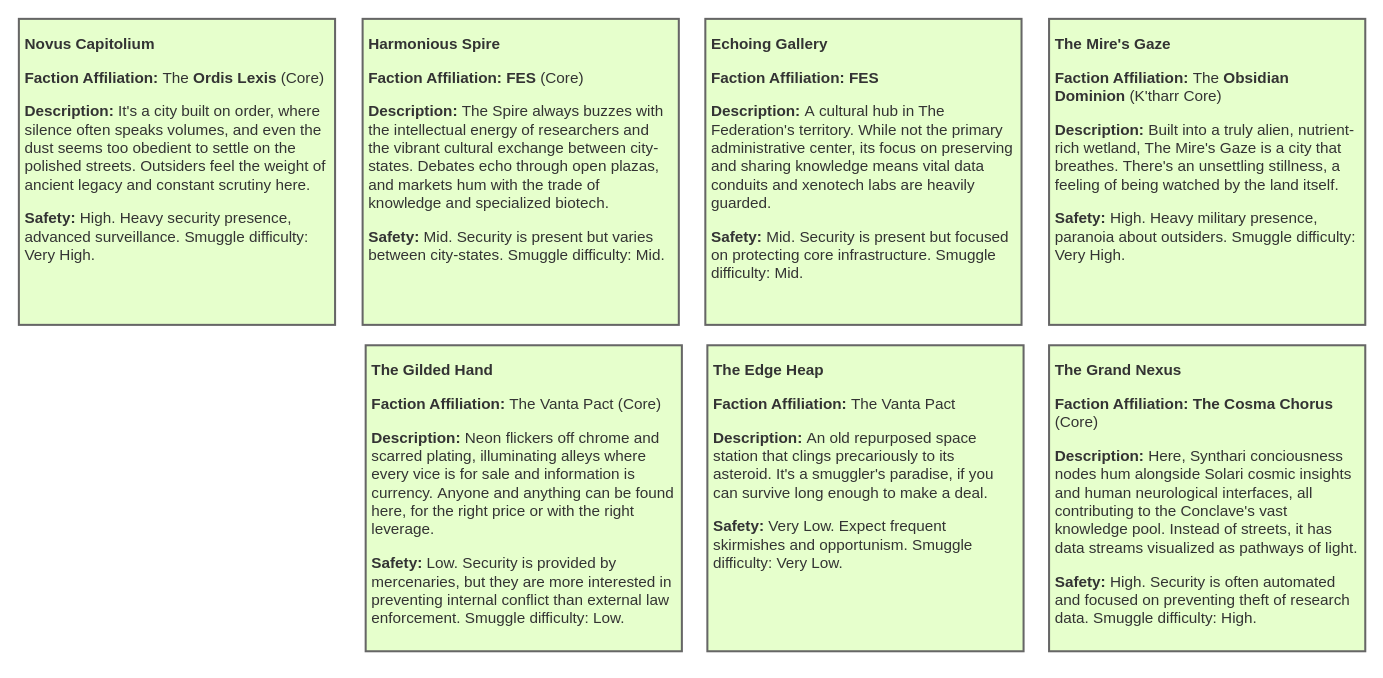
Above: page "Ports" (3 of 4) of designs/narrative texts.drawio in eerieA/game-nexarion (draw.io), before the change. Source tidied: cells renumbered, new cells numbered last; positions are measured from the earlier drawing's top-left corner, leaving out a move shared by most shapes. Both pictures are drawn from the tidied source at 102%, with x=0, y=0 at pixel (18, 18).
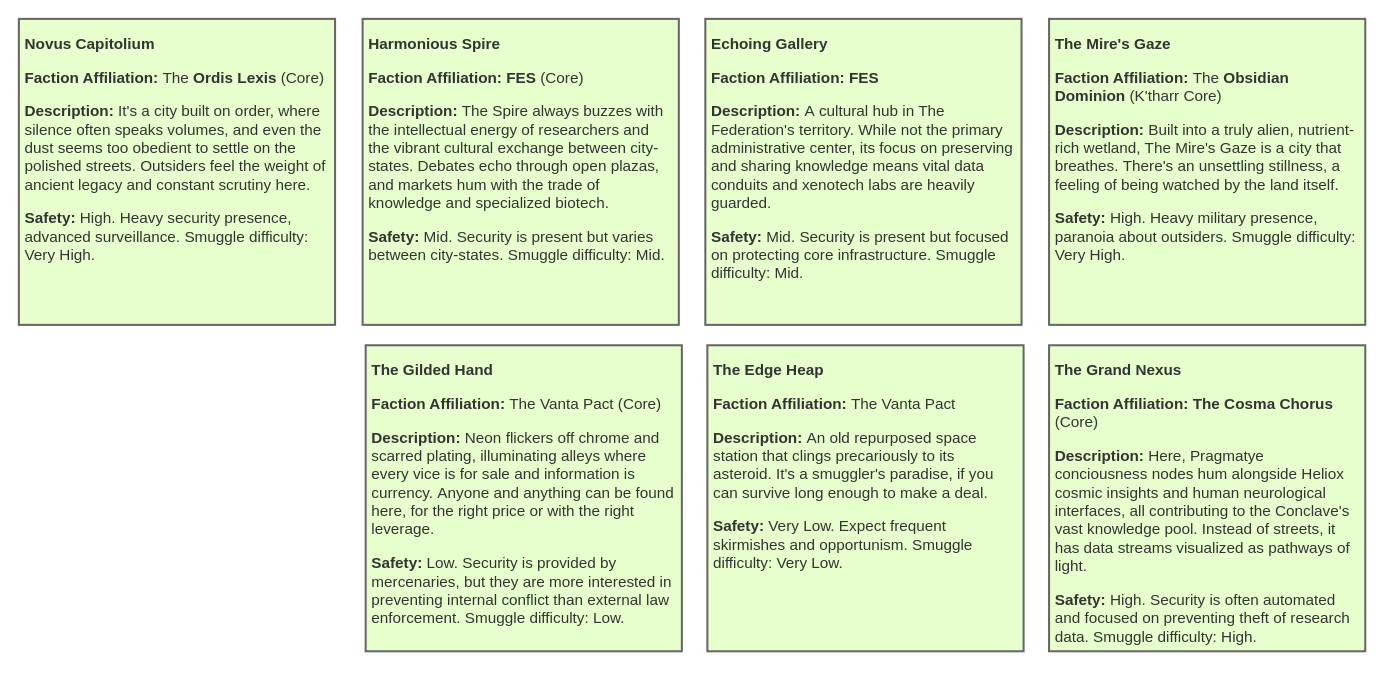
After the change.

Change to the diagram source:
```diff
@@
 <mxGraphModel>
   <root>
     <mxCell id="0" />
     <mxCell id="1" parent="0" />
     <mxCell id="2" value="&lt;p&gt;&lt;strong&gt;Novus Capitolium&lt;/strong&gt;&lt;/p&gt;&lt;p&gt;&lt;strong&gt;Faction Affiliation:&lt;/strong&gt;&amp;nbsp;The &lt;strong&gt;Ordis Lexis&lt;/strong&gt; (Core)&lt;/p&gt;&lt;p&gt;&lt;b&gt;Description:&amp;nbsp;&lt;/b&gt;&lt;span style=&quot;background-color: transparent;&quot;&gt;It's a city built on order, where silence often speaks volumes, and even the dust seems too obedient to settle on the polished streets. Outsiders feel the weight of ancient legacy and constant scrutiny here.&lt;/span&gt;&lt;/p&gt;&lt;p&gt;&lt;strong&gt;Safety:&lt;/strong&gt;&amp;nbsp;High. Heavy security presence, advanced surveillance. Smuggle difficulty: Very High.&lt;/p&gt;" style="rounded=0;whiteSpace=wrap;html=1;fillColor=#E6FFCC;strokeColor=#666666;align=left;fontSize=15;verticalAlign=top;labelBackgroundColor=none;spacing=6;spacingTop=-10;strokeWidth=2;fontColor=#333333;" parent="1" vertex="1">
       <mxGeometry width="310" height="300" as="geometry" />
     </mxCell>
     <mxCell id="3" value="&lt;p&gt;&lt;strong&gt;Harmonious Spire&lt;/strong&gt;&lt;/p&gt;&lt;p&gt;&lt;strong&gt;Faction Affiliation:&lt;/strong&gt;&amp;nbsp;&lt;strong&gt;FES &lt;/strong&gt;(Core)&lt;/p&gt;&lt;p&gt;&lt;b&gt;Description: &lt;/b&gt;The Spire always&amp;nbsp;&lt;span style=&quot;background-color: transparent;&quot;&gt;buzzes with the intellectual energy of researchers and the vibrant cultural exchange between city-states.&amp;nbsp;&lt;/span&gt;&lt;span style=&quot;background-color: transparent;&quot;&gt;Debates echo through open plazas, and markets hum with the trade of knowledge and specialized biotech.&lt;/span&gt;&lt;/p&gt;&lt;p&gt;&lt;strong&gt;Safety:&lt;/strong&gt;&amp;nbsp;Mid. Security is present but varies between city-states. Smuggle difficulty: Mid.&lt;/p&gt;" style="rounded=0;whiteSpace=wrap;html=1;fillColor=#E6FFCC;strokeColor=#666666;align=left;fontSize=15;verticalAlign=top;labelBackgroundColor=none;spacing=6;spacingTop=-10;strokeWidth=2;fontColor=#333333;" parent="1" vertex="1">
       <mxGeometry x="337" width="310" height="300" as="geometry" />
     </mxCell>
     <mxCell id="4" value="&lt;p&gt;&lt;strong&gt;Echoing Gallery&lt;/strong&gt;&lt;/p&gt;&lt;p&gt;&lt;strong&gt;Faction Affiliation:&lt;/strong&gt;&amp;nbsp;&lt;strong&gt;FES&lt;/strong&gt;&lt;/p&gt;&lt;p&gt;&lt;b&gt;Description: &lt;/b&gt;A&lt;span style=&quot;background-color: transparent;&quot;&gt;&amp;nbsp;cultural hub in The Federation's territory.&amp;nbsp;&lt;/span&gt;&lt;span style=&quot;background-color: transparent;&quot;&gt;While not the primary administrative center, its focus on preserving and sharing knowledge means vital data conduits and xenotech labs are heavily guarded.&lt;/span&gt;&lt;/p&gt;&lt;p&gt;&lt;strong&gt;Safety:&lt;/strong&gt;&amp;nbsp;Mid. Security is present but focused on protecting core infrastructure. Smuggle difficulty: Mid.&lt;/p&gt;" style="rounded=0;whiteSpace=wrap;html=1;fillColor=#E6FFCC;strokeColor=#666666;align=left;fontSize=15;verticalAlign=top;labelBackgroundColor=none;spacing=6;spacingTop=-10;strokeWidth=2;fontColor=#333333;" parent="1" vertex="1">
       <mxGeometry x="673" width="310" height="300" as="geometry" />
     </mxCell>
     <mxCell id="5" value="&lt;p&gt;&lt;strong&gt;The Mire's Gaze&lt;/strong&gt;&lt;/p&gt;&lt;p&gt;&lt;strong&gt;Faction Affiliation:&lt;/strong&gt;&amp;nbsp;The &lt;strong&gt;Obsidian Dominion &lt;/strong&gt;(K'tharr Core)&lt;/p&gt;&lt;p&gt;&lt;b&gt;Description:&amp;nbsp;&lt;/b&gt;&lt;span style=&quot;background-color: transparent;&quot;&gt;Built into a truly alien, nutrient-rich wetland, The Mire's Gaze is a city that breathes.&amp;nbsp;&lt;/span&gt;&lt;span style=&quot;background-color: transparent;&quot;&gt;There's an unsettling stillness, a feeling of being watched by the land itself.&lt;/span&gt;&lt;/p&gt;&lt;p&gt;&lt;strong&gt;Safety:&lt;/strong&gt;&amp;nbsp;High. Heavy military presence, paranoia about outsiders. Smuggle difficulty: Very High.&lt;/p&gt;" style="rounded=0;whiteSpace=wrap;html=1;fillColor=#E6FFCC;strokeColor=#666666;align=left;fontSize=15;verticalAlign=top;labelBackgroundColor=none;spacing=6;spacingTop=-10;strokeWidth=2;fontColor=#333333;" parent="1" vertex="1">
       <mxGeometry x="1010" width="310" height="300" as="geometry" />
     </mxCell>
     <mxCell id="6" value="&lt;p&gt;&lt;b&gt;The Gilded Hand&lt;/b&gt;&lt;/p&gt;&lt;p&gt;&lt;strong&gt;Faction Affiliation:&lt;/strong&gt;&amp;nbsp;The Vanta Pact (Core)&lt;/p&gt;&lt;p&gt;&lt;b&gt;Description:&amp;nbsp;&lt;/b&gt;&lt;span style=&quot;background-color: transparent;&quot;&gt;Neon flickers off chrome and scarred plating, illuminating alleys where every vice is for sale and information is currency.&amp;nbsp;&lt;/span&gt;&lt;span style=&quot;background-color: transparent;&quot;&gt;Anyone and anything can be found here, for the right price or with the right leverage.&lt;/span&gt;&lt;/p&gt;&lt;p&gt;&lt;strong&gt;Safety:&lt;/strong&gt;&amp;nbsp;Low. Security is provided by mercenaries, but they are more interested in preventing internal conflict than external law enforcement. Smuggle difficulty: Low.&lt;/p&gt;" style="rounded=0;whiteSpace=wrap;html=1;fillColor=#E6FFCC;strokeColor=#666666;align=left;fontSize=15;verticalAlign=top;labelBackgroundColor=none;spacing=6;spacingTop=-10;strokeWidth=2;fontColor=#333333;" parent="1" vertex="1">
       <mxGeometry x="340" y="320" width="310" height="300" as="geometry" />
     </mxCell>
     <mxCell id="7" value="&lt;p&gt;&lt;b&gt;The Edge Heap&lt;/b&gt;&lt;/p&gt;&lt;p&gt;&lt;strong&gt;Faction Affiliation:&lt;/strong&gt;&amp;nbsp;The Vanta Pact&lt;/p&gt;&lt;p&gt;&lt;b&gt;Description:&amp;nbsp;&lt;/b&gt;&lt;span style=&quot;background-color: transparent;&quot;&gt;An old repurposed space station that clings precariously to its asteroid.&amp;nbsp;&lt;/span&gt;&lt;span style=&quot;background-color: transparent;&quot;&gt;It's a smuggler's paradise, if you can survive long enough to make a deal.&lt;/span&gt;&lt;/p&gt;&lt;p&gt;&lt;strong&gt;Safety:&lt;/strong&gt;&amp;nbsp;Very Low. Expect frequent skirmishes and opportunism. Smuggle difficulty: Very Low.&lt;/p&gt;" style="rounded=0;whiteSpace=wrap;html=1;fillColor=#E6FFCC;strokeColor=#666666;align=left;fontSize=15;verticalAlign=top;labelBackgroundColor=none;spacing=6;spacingTop=-10;strokeWidth=2;fontColor=#333333;" parent="1" vertex="1">
       <mxGeometry x="675" y="320" width="310" height="300" as="geometry" />
     </mxCell>
-    <mxCell id="8" value="&lt;p&gt;&lt;strong&gt;The Grand Nexus&lt;/strong&gt;&lt;/p&gt;&lt;p&gt;&lt;strong&gt;Faction Affiliation:&lt;/strong&gt;&amp;nbsp;&lt;strong&gt;The Cosma Chorus&lt;/strong&gt; (Core)&lt;/p&gt;&lt;p&gt;&lt;b&gt;Description: &lt;/b&gt;H&lt;span style=&quot;background-color: transparent;&quot;&gt;ere, Synthari conciousness nodes hum alongside Solari cosmic insights and human neurological interfaces, all contributing to the Conclave's vast knowledge pool. Instead of streets, i&lt;/span&gt;&lt;span style=&quot;background-color: transparent;&quot;&gt;t has data streams visualized as pathways of light.&lt;/span&gt;&lt;/p&gt;&lt;p&gt;&lt;strong&gt;Safety:&lt;/strong&gt;&amp;nbsp;High. Security is often automated and focused on preventing theft of research data. Smuggle difficulty: High.&lt;/p&gt;" style="rounded=0;whiteSpace=wrap;html=1;fillColor=#E6FFCC;strokeColor=#666666;align=left;fontSize=15;verticalAlign=top;labelBackgroundColor=none;spacing=6;spacingTop=-10;strokeWidth=2;fontColor=#333333;" parent="1" vertex="1">
+    <mxCell id="8" value="&lt;p&gt;&lt;strong&gt;The Grand Nexus&lt;/strong&gt;&lt;/p&gt;&lt;p&gt;&lt;strong&gt;Faction Affiliation:&lt;/strong&gt;&amp;nbsp;&lt;strong&gt;The Cosma Chorus&lt;/strong&gt; (Core)&lt;/p&gt;&lt;p&gt;&lt;b&gt;Description: &lt;/b&gt;H&lt;span style=&quot;background-color: transparent;&quot;&gt;ere, Pragmatye conciousness nodes hum alongside Heliox cosmic insights and human neurological interfaces, all contributing to the Conclave's vast knowledge pool. Instead of streets, i&lt;/span&gt;&lt;span style=&quot;background-color: transparent;&quot;&gt;t has data streams visualized as pathways of light.&lt;/span&gt;&lt;/p&gt;&lt;p&gt;&lt;strong&gt;Safety:&lt;/strong&gt;&amp;nbsp;High. Security is often automated and focused on preventing theft of research data. Smuggle difficulty: High.&lt;/p&gt;" style="rounded=0;whiteSpace=wrap;html=1;fillColor=#E6FFCC;strokeColor=#666666;align=left;fontSize=15;verticalAlign=top;labelBackgroundColor=none;spacing=6;spacingTop=-10;strokeWidth=2;fontColor=#333333;" parent="1" vertex="1">
       <mxGeometry x="1010" y="320" width="310" height="300" as="geometry" />
     </mxCell>
   </root>
 </mxGraphModel>
```
